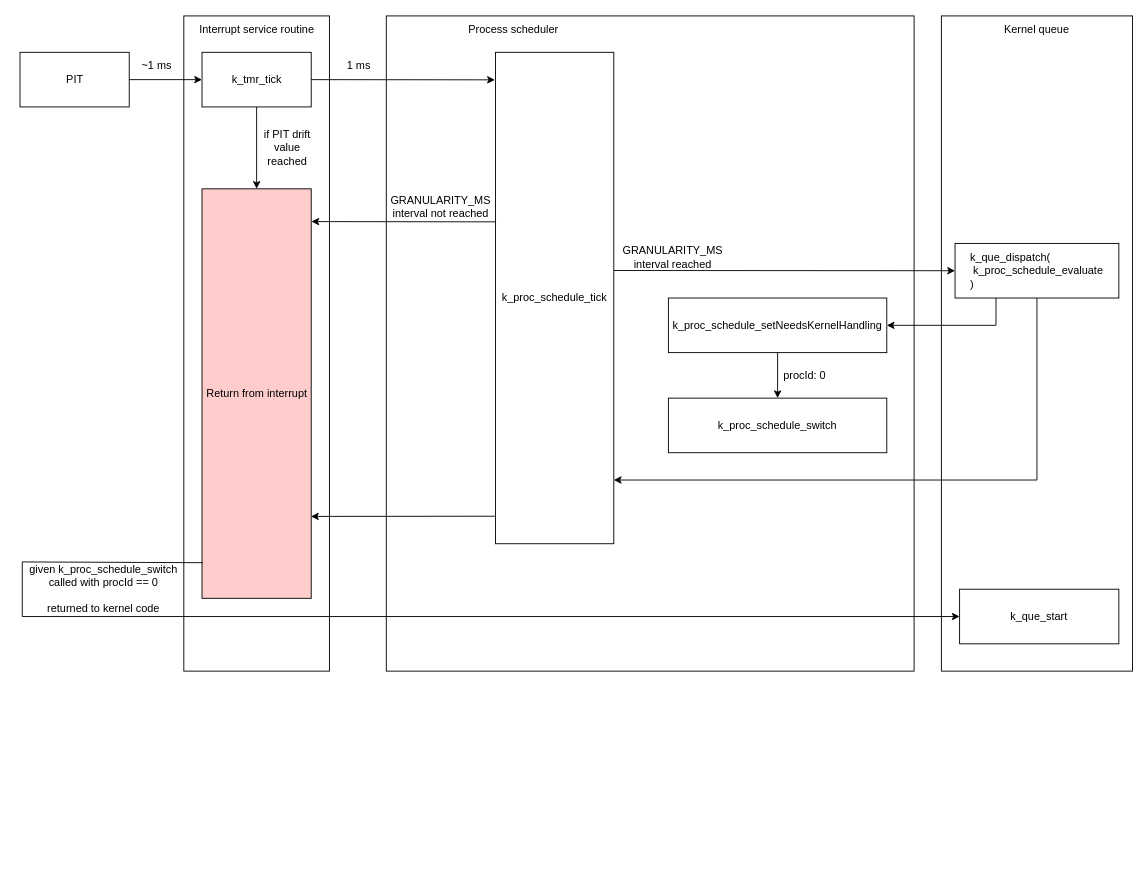
Before: docs/Diagram bez tytułu.drawio in bronexproduction/GunwOS, a draw.io diagram. Source tidied: cells renumbered, new cells numbered last; positions are measured from the earlier drawing's top-left corner, leaving out a move shared by most shapes. Both pictures are drawn from the tidied source at 91%, with x=0, y=0 at pixel (20, 15).
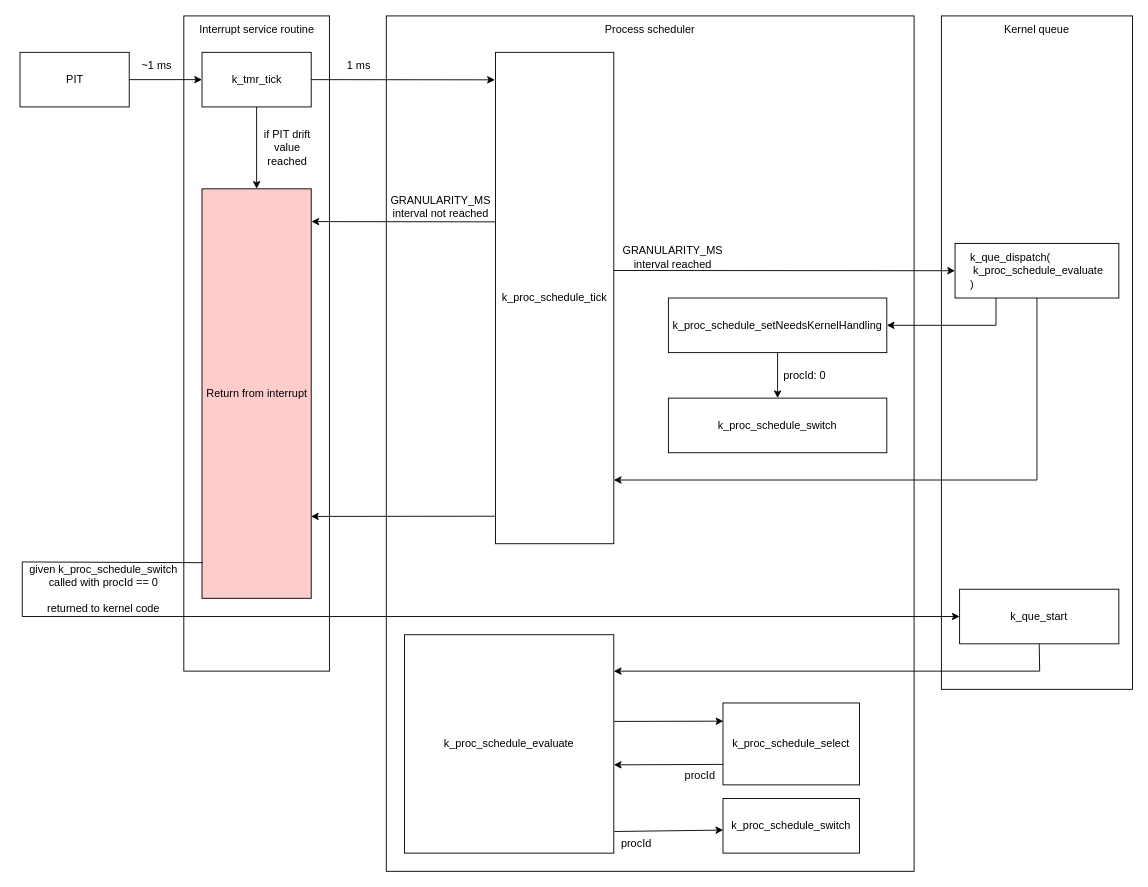
The same page after the edit.

The change refers to these unchanged cells:
```xml
<mxCell id="30" value="&lt;div style=&quot;text-align: left;&quot;&gt;k_que_start&lt;/div&gt;" style="rounded=0;whiteSpace=wrap;html=1;" parent="1" vertex="1">
  <mxGeometry x="1032" y="630" width="175" height="60" as="geometry" />
</mxCell>
```

Change to the diagram source:
```diff
@@
     <mxCell id="3" style="rounded=0;whiteSpace=wrap;html=1;" parent="1" vertex="1">
-      <mxGeometry x="1012" width="210" height="720" as="geometry" />
+      <mxGeometry x="1012" width="210" height="740" as="geometry" />
     </mxCell>
     <mxCell id="4" style="rounded=0;whiteSpace=wrap;html=1;" parent="1" vertex="1">
-      <mxGeometry x="402" width="580" height="720" as="geometry" />
+      <mxGeometry x="402" width="580" height="940" as="geometry" />
     </mxCell>
@@
     <mxCell id="16" value="Process scheduler" style="text;html=1;strokeColor=none;fillColor=none;align=center;verticalAlign=middle;whiteSpace=wrap;rounded=0;" parent="1" vertex="1">
-      <mxGeometry x="472" width="140" height="30" as="geometry" />
+      <mxGeometry x="622" width="140" height="30" as="geometry" />
     </mxCell>
@@
+    <mxCell id="33" value="k_proc_schedule_evaluate" style="rounded=0;whiteSpace=wrap;html=1;" parent="1" vertex="1">
+      <mxGeometry x="422" y="680" width="230" height="240" as="geometry" />
+    </mxCell>
+    <mxCell id="34" style="endArrow=classic;html=1;rounded=0;exitX=0.5;exitY=1;exitDx=0;exitDy=0;" parent="1" edge="1" source="30">
+      <mxGeometry relative="1" as="geometry">
+        <mxPoint x="652" y="720" as="targetPoint" />
+        <Array as="points">
+          <mxPoint x="1120" y="720" />
+        </Array>
+      </mxGeometry>
+    </mxCell>
+    <mxCell id="35" value="k_proc_schedule_select" style="rounded=0;whiteSpace=wrap;html=1;" parent="1" vertex="1">
+      <mxGeometry x="772" y="755" width="150" height="90" as="geometry" />
+    </mxCell>
+    <mxCell id="36" style="endArrow=classic;html=1;rounded=0;entryX=0.003;entryY=0.222;entryDx=0;entryDy=0;exitX=1.002;exitY=0.397;exitDx=0;exitDy=0;exitPerimeter=0;entryPerimeter=0;" parent="1" edge="1" source="33" target="35">
+      <mxGeometry relative="1" as="geometry" />
+    </mxCell>
+    <mxCell id="37" style="endArrow=classic;html=1;rounded=0;exitX=0;exitY=0.75;exitDx=0;exitDy=0;" parent="1" edge="1" source="35">
+      <mxGeometry relative="1" as="geometry">
+        <mxPoint x="652" y="823" as="targetPoint" />
+      </mxGeometry>
+    </mxCell>
+    <mxCell id="38" value="k_proc_schedule_switch" style="rounded=0;whiteSpace=wrap;html=1;" parent="1" vertex="1">
+      <mxGeometry x="772" y="860" width="150" height="60" as="geometry" />
+    </mxCell>
+    <mxCell id="39" style="endArrow=classic;html=1;rounded=0;entryX=0.002;entryY=0.578;entryDx=0;entryDy=0;entryPerimeter=0;exitX=1.003;exitY=0.901;exitDx=0;exitDy=0;exitPerimeter=0;" parent="1" edge="1" source="33" target="38">
+      <mxGeometry relative="1" as="geometry" />
+    </mxCell>
+    <mxCell id="40" value="procId" style="text;html=1;strokeColor=none;fillColor=none;align=center;verticalAlign=middle;whiteSpace=wrap;rounded=0;" parent="1" vertex="1">
+      <mxGeometry x="722" y="825" width="50" height="20" as="geometry" />
+    </mxCell>
+    <mxCell id="41" value="procId" style="text;html=1;strokeColor=none;fillColor=none;align=center;verticalAlign=middle;whiteSpace=wrap;rounded=0;" parent="1" vertex="1">
+      <mxGeometry x="652" y="900" width="50" height="20" as="geometry" />
+    </mxCell>
```
